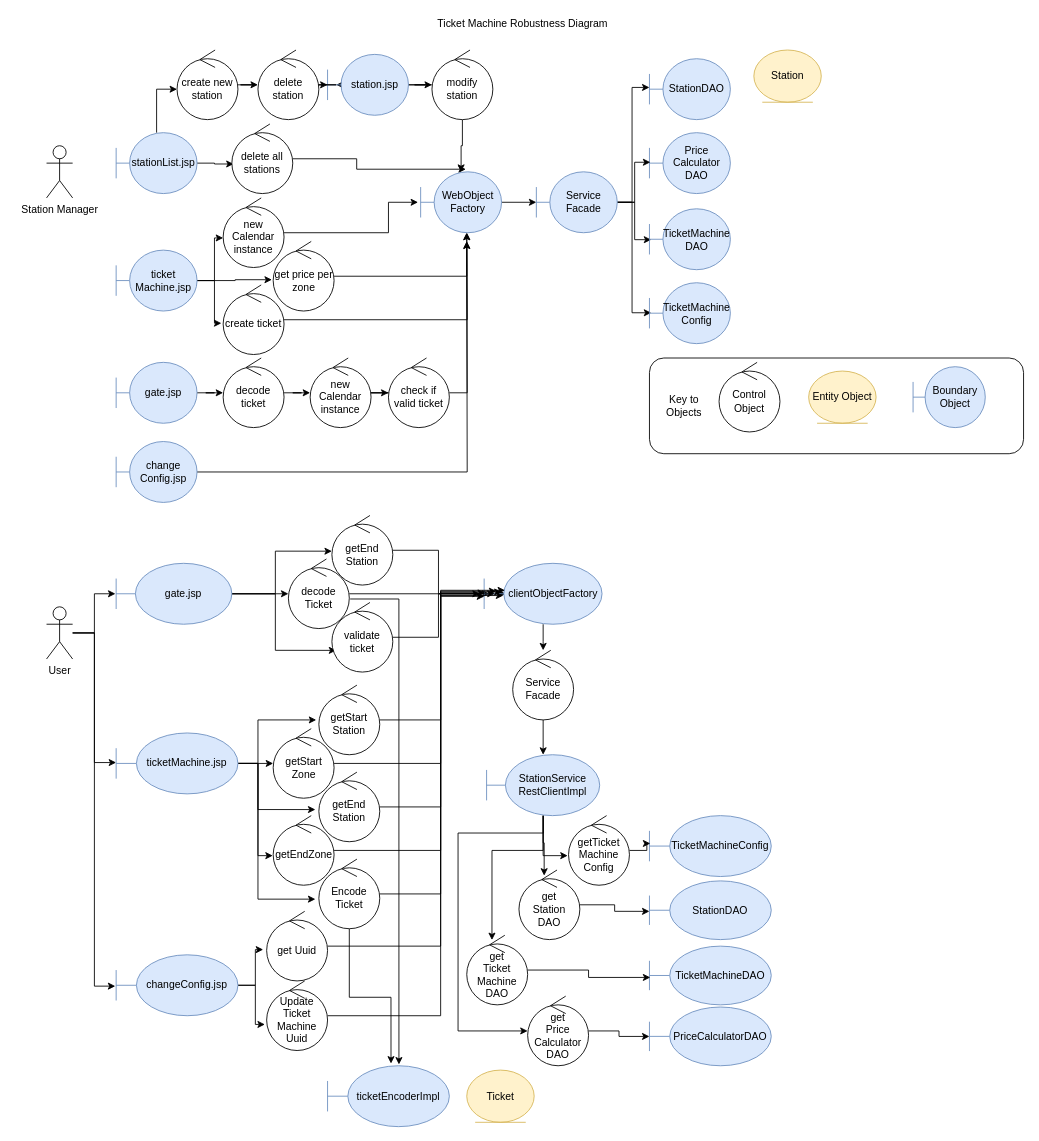
cristiano-93/CristianoTicketMachine keeps this draw.io diagram as project/UMLmodel/drawio/TicketMachineRobustness.drawio. Above is the earlier version. Source tidied: cells renumbered, new cells numbered last; positions are measured from the earlier drawing's top-left corner, leaving out a move shared by most shapes. Both pictures are drawn from the tidied source at 87%, with x=0, y=0 at pixel (46, 15).
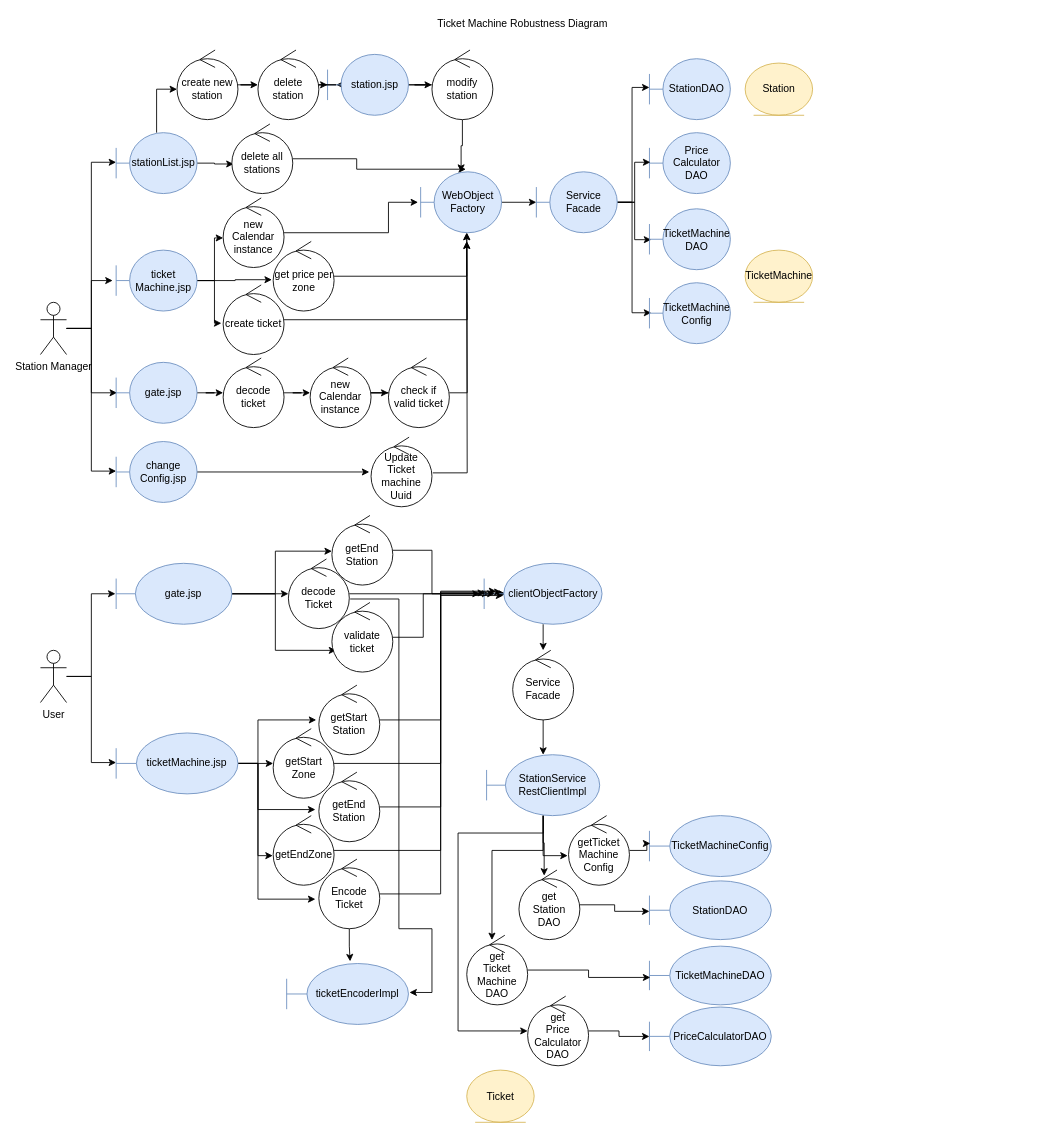
After the change.

The change refers to these unchanged cells:
```xml
<mxCell id="10" value="stationList.jsp" style="shape=umlBoundary;whiteSpace=wrap;html=1;fillColor=#dae8fc;strokeColor=#6c8ebf;" parent="1" vertex="1">
  <mxGeometry x="80" y="135" width="93" height="70" as="geometry" />
</mxCell>
<mxCell id="15" value="ticket&lt;br&gt;Machine.jsp" style="shape=umlBoundary;whiteSpace=wrap;html=1;fillColor=#dae8fc;strokeColor=#6c8ebf;" parent="1" vertex="1">
  <mxGeometry x="80" y="270" width="93" height="70" as="geometry" />
</mxCell>
<mxCell id="38" value="gate.jsp" style="shape=umlBoundary;whiteSpace=wrap;html=1;fillColor=#dae8fc;strokeColor=#6c8ebf;" parent="1" vertex="1">
  <mxGeometry x="80" y="399" width="93" height="70" as="geometry" />
</mxCell>
<mxCell id="46" value="change&lt;br&gt;Config.jsp" style="shape=umlBoundary;whiteSpace=wrap;html=1;fillColor=#dae8fc;strokeColor=#6c8ebf;" parent="1" vertex="1">
  <mxGeometry x="80" y="490" width="93" height="70" as="geometry" />
</mxCell>
<mxCell id="73" value="getEnd&lt;br&gt;Station" style="ellipse;shape=umlControl;whiteSpace=wrap;html=1;" parent="1" vertex="1">
  <mxGeometry x="328" y="575" width="70" height="80" as="geometry" />
</mxCell>
<mxCell id="75" value="validate&lt;br&gt;ticket" style="ellipse;shape=umlControl;whiteSpace=wrap;html=1;" parent="1" vertex="1">
  <mxGeometry x="328" y="675" width="70" height="80" as="geometry" />
</mxCell>
<mxCell id="78" value="decode&lt;br&gt;Ticket" style="ellipse;shape=umlControl;whiteSpace=wrap;html=1;" parent="1" vertex="1">
  <mxGeometry x="278" y="625" width="70" height="80" as="geometry" />
</mxCell>
<mxCell id="80" value="clientObjectFactory" style="shape=umlBoundary;whiteSpace=wrap;html=1;fillColor=#dae8fc;strokeColor=#6c8ebf;" parent="1" vertex="1">
  <mxGeometry x="503" y="630" width="135.5" height="70" as="geometry" />
</mxCell>
```

Diff of the diagram source:
```diff
@@
-    <mxCell id="2" style="rounded=1;whiteSpace=wrap;html=1;" parent="1" vertex="1">
-      <mxGeometry x="693" y="394" width="430" height="110" as="geometry" />
-    </mxCell>
-    <mxCell id="3" value="Control Object" style="ellipse;shape=umlControl;whiteSpace=wrap;html=1;" parent="1" vertex="1">
-      <mxGeometry x="773" y="399" width="70" height="80" as="geometry" />
-    </mxCell>
-    <mxCell id="4" value="Entity Object" style="ellipse;shape=umlEntity;whiteSpace=wrap;html=1;fillColor=#fff2cc;strokeColor=#d6b656;" parent="1" vertex="1">
-      <mxGeometry x="876" y="409" width="77.5" height="60" as="geometry" />
-    </mxCell>
-    <mxCell id="5" value="Key to Objects" style="text;html=1;strokeColor=none;fillColor=none;align=center;verticalAlign=middle;whiteSpace=wrap;rounded=0;" parent="1" vertex="1">
-      <mxGeometry x="713" y="439" width="40" height="20" as="geometry" />
-    </mxCell>
@@
+    <mxCell id="117" style="edgeStyle=orthogonalEdgeStyle;rounded=0;jettySize=auto;html=1;entryX=0;entryY=0.486;entryDx=0;entryDy=0;entryPerimeter=0;" parent="1" edge="1" source="7" target="10">
+      <mxGeometry relative="1" as="geometry" />
+    </mxCell>
+    <mxCell id="118" style="edgeStyle=orthogonalEdgeStyle;rounded=0;jettySize=auto;html=1;entryX=-0.043;entryY=0.5;entryDx=0;entryDy=0;entryPerimeter=0;" parent="1" edge="1" source="7" target="15">
+      <mxGeometry relative="1" as="geometry" />
+    </mxCell>
+    <mxCell id="119" style="edgeStyle=orthogonalEdgeStyle;rounded=0;jettySize=auto;html=1;entryX=0.011;entryY=0.5;entryDx=0;entryDy=0;entryPerimeter=0;" parent="1" edge="1" source="7" target="38">
+      <mxGeometry relative="1" as="geometry" />
+    </mxCell>
+    <mxCell id="120" style="edgeStyle=orthogonalEdgeStyle;rounded=0;jettySize=auto;html=1;entryX=0;entryY=0.486;entryDx=0;entryDy=0;entryPerimeter=0;" parent="1" edge="1" source="7" target="46">
+      <mxGeometry relative="1" as="geometry" />
+    </mxCell>
     <mxCell id="7" value="Station Manager" style="shape=umlActor;verticalLabelPosition=bottom;verticalAlign=top;html=1;outlineConnect=0;" parent="1" vertex="1">
-      <mxGeometry y="150" width="30" height="60" as="geometry" />
+      <mxGeometry x="-7" y="330" width="30" height="60" as="geometry" />
     </mxCell>
@@
-    <mxCell id="11" value="Boundary Object" style="shape=umlBoundary;whiteSpace=wrap;html=1;fillColor=#dae8fc;strokeColor=#6c8ebf;" parent="1" vertex="1">
-      <mxGeometry x="996" y="404" width="83" height="70" as="geometry" />
-    </mxCell>
@@
     <mxCell id="33" value="Station" style="ellipse;shape=umlEntity;whiteSpace=wrap;html=1;fillColor=#fff2cc;strokeColor=#d6b656;" parent="1" vertex="1">
-      <mxGeometry x="813" y="40" width="77.5" height="60" as="geometry" />
+      <mxGeometry x="803" y="55" width="77.5" height="60" as="geometry" />
     </mxCell>
@@
-    <mxCell id="45" style="edgeStyle=orthogonalEdgeStyle;rounded=0;jettySize=auto;html=1;" parent="1" edge="1" source="46">
+    <mxCell id="45" style="edgeStyle=orthogonalEdgeStyle;rounded=0;jettySize=auto;html=1;exitX=1.014;exitY=0.513;exitDx=0;exitDy=0;exitPerimeter=0;" parent="1" edge="1" source="122">
       <mxGeometry relative="1" as="geometry">
         <mxPoint x="483" y="260" as="targetPoint" />
       </mxGeometry>
     </mxCell>
+    <mxCell id="121" style="edgeStyle=orthogonalEdgeStyle;rounded=0;jettySize=auto;html=1;entryX=-0.029;entryY=0.5;entryDx=0;entryDy=0;entryPerimeter=0;" parent="1" edge="1" source="46" target="122">
+      <mxGeometry relative="1" as="geometry" />
+    </mxCell>
@@
-    <mxCell id="57" style="edgeStyle=orthogonalEdgeStyle;rounded=0;jettySize=auto;html=1;entryX=-0.007;entryY=0.514;entryDx=0;entryDy=0;entryPerimeter=0;" parent="1" edge="1" source="58" target="61">
-      <mxGeometry relative="1" as="geometry" />
-    </mxCell>
     <mxCell id="58" value="User" style="shape=umlActor;verticalLabelPosition=bottom;verticalAlign=top;html=1;outlineConnect=0;" parent="1" vertex="1">
-      <mxGeometry y="680" width="30" height="60" as="geometry" />
+      <mxGeometry x="-7" y="730" width="30" height="60" as="geometry" />
     </mxCell>
-    <mxCell id="59" style="edgeStyle=orthogonalEdgeStyle;rounded=0;jettySize=auto;html=1;entryX=-0.057;entryY=0.55;entryDx=0;entryDy=0;entryPerimeter=0;" parent="1" edge="1" source="61" target="84">
-      <mxGeometry relative="1" as="geometry" />
+    <mxCell id="59" style="edgeStyle=orthogonalEdgeStyle;rounded=0;orthogonalLoop=1;jettySize=auto;html=1;entryX=-0.057;entryY=0.55;entryDx=0;entryDy=0;entryPerimeter=0;" parent="1" edge="1">
+      <mxGeometry relative="1" as="geometry">
+        <mxPoint x="220" y="1115" as="sourcePoint" />
+      </mxGeometry>
     </mxCell>
-    <mxCell id="60" style="edgeStyle=orthogonalEdgeStyle;rounded=0;jettySize=auto;html=1;entryX=-0.029;entryY=0.625;entryDx=0;entryDy=0;entryPerimeter=0;" parent="1" edge="1" source="61" target="95">
-      <mxGeometry relative="1" as="geometry" />
+    <mxCell id="60" style="edgeStyle=orthogonalEdgeStyle;rounded=0;orthogonalLoop=1;jettySize=auto;html=1;entryX=-0.029;entryY=0.625;entryDx=0;entryDy=0;entryPerimeter=0;" parent="1" edge="1">
+      <mxGeometry relative="1" as="geometry">
+        <mxPoint x="220" y="1115" as="sourcePoint" />
+      </mxGeometry>
     </mxCell>
-    <mxCell id="61" value="changeConfig.jsp" style="shape=umlBoundary;whiteSpace=wrap;html=1;fillColor=#dae8fc;strokeColor=#6c8ebf;" parent="1" vertex="1">
-      <mxGeometry x="80" y="1080" width="140" height="70" as="geometry" />
-    </mxCell>
@@
     <mxCell id="72" style="edgeStyle=orthogonalEdgeStyle;rounded=0;jettySize=auto;html=1;entryX=-0.037;entryY=0.5;entryDx=0;entryDy=0;entryPerimeter=0;" parent="1" edge="1" source="73" target="80">
-      <mxGeometry relative="1" as="geometry" />
+      <mxGeometry relative="1" as="geometry">
+        <Array as="points">
+          <mxPoint x="443" y="615" />
+          <mxPoint x="443" y="665" />
+        </Array>
+      </mxGeometry>
     </mxCell>
@@
     <mxCell id="74" style="edgeStyle=orthogonalEdgeStyle;rounded=0;jettySize=auto;html=1;entryX=0.044;entryY=0.5;entryDx=0;entryDy=0;entryPerimeter=0;" parent="1" edge="1" source="75" target="80">
-      <mxGeometry relative="1" as="geometry" />
+      <mxGeometry relative="1" as="geometry">
+        <Array as="points">
+          <mxPoint x="433" y="715" />
+          <mxPoint x="433" y="665" />
+        </Array>
+      </mxGeometry>
     </mxCell>
@@
-    <mxCell id="77" style="edgeStyle=orthogonalEdgeStyle;rounded=0;jettySize=auto;html=1;entryX=0.586;entryY=-0.021;entryDx=0;entryDy=0;entryPerimeter=0;exitX=1.014;exitY=0.575;exitDx=0;exitDy=0;exitPerimeter=0;" parent="1" edge="1" source="78" target="115">
+    <mxCell id="77" style="edgeStyle=orthogonalEdgeStyle;rounded=0;jettySize=auto;html=1;entryX=1.008;entryY=0.475;entryDx=0;entryDy=0;entryPerimeter=0;exitX=1.014;exitY=0.575;exitDx=0;exitDy=0;exitPerimeter=0;" parent="1" edge="1" source="78" target="115">
       <mxGeometry relative="1" as="geometry">
         <Array as="points">
           <mxPoint x="405" y="671" />
+          <mxPoint x="405" y="1050" />
+          <mxPoint x="443" y="1050" />
+          <mxPoint x="443" y="1123" />
         </Array>
       </mxGeometry>
     </mxCell>
@@
-    <mxCell id="83" style="edgeStyle=orthogonalEdgeStyle;rounded=0;jettySize=auto;html=1;entryX=0.177;entryY=0.443;entryDx=0;entryDy=0;entryPerimeter=0;" parent="1" edge="1" source="84" target="80">
-      <mxGeometry relative="1" as="geometry">
-        <Array as="points">
-          <mxPoint x="453" y="1070" />
-          <mxPoint x="453" y="661" />
-        </Array>
-      </mxGeometry>
-    </mxCell>
-    <mxCell id="84" value="get Uuid" style="ellipse;shape=umlControl;whiteSpace=wrap;html=1;" parent="1" vertex="1">
-      <mxGeometry x="253" y="1030" width="70" height="80" as="geometry" />
-    </mxCell>
@@
-    <mxCell id="94" style="edgeStyle=orthogonalEdgeStyle;rounded=0;jettySize=auto;html=1;entryX=0;entryY=0.543;entryDx=0;entryDy=0;entryPerimeter=0;" parent="1" edge="1" source="95" target="80">
-      <mxGeometry relative="1" as="geometry">
-        <Array as="points">
-          <mxPoint x="453" y="1150" />
-          <mxPoint x="453" y="668" />
-        </Array>
-      </mxGeometry>
-    </mxCell>
-    <mxCell id="95" value="Update Ticket Machine&lt;br&gt;Uuid" style="ellipse;shape=umlControl;whiteSpace=wrap;html=1;" parent="1" vertex="1">
-      <mxGeometry x="253" y="1110" width="70" height="80" as="geometry" />
-    </mxCell>
@@
     <mxCell id="115" value="ticketEncoderImpl" style="shape=umlBoundary;whiteSpace=wrap;html=1;fillColor=#dae8fc;strokeColor=#6c8ebf;" parent="1" vertex="1">
-      <mxGeometry x="323" y="1207.5" width="140" height="70" as="geometry" />
+      <mxGeometry x="276" y="1090" width="140" height="70" as="geometry" />
     </mxCell>
@@
+    <mxCell id="122" value="Update Ticket machine Uuid" style="ellipse;shape=umlControl;whiteSpace=wrap;html=1;" parent="1" vertex="1">
+      <mxGeometry x="373" y="485" width="70" height="80" as="geometry" />
+    </mxCell>
+    <mxCell id="123" value="TicketMachine" style="ellipse;shape=umlEntity;whiteSpace=wrap;html=1;fillColor=#fff2cc;strokeColor=#d6b656;" parent="1" vertex="1">
+      <mxGeometry x="803" y="270" width="77.5" height="60" as="geometry" />
+    </mxCell>
```
